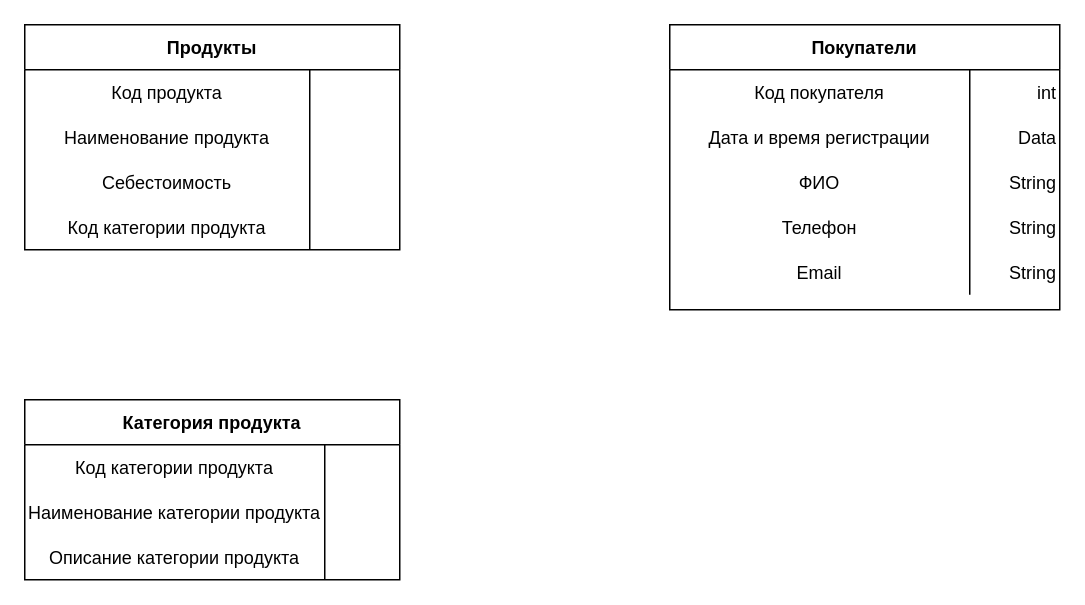
Above: Диаграмма без названия.drawio in Nikola1Barnev/1 (draw.io), before the change. Source tidied: cells renumbered, new cells numbered last; positions are measured from the earlier drawing's top-left corner, leaving out a move shared by most shapes. Both pictures are drawn from the tidied source at 150%, with x=0, y=0 at pixel (24, 24).
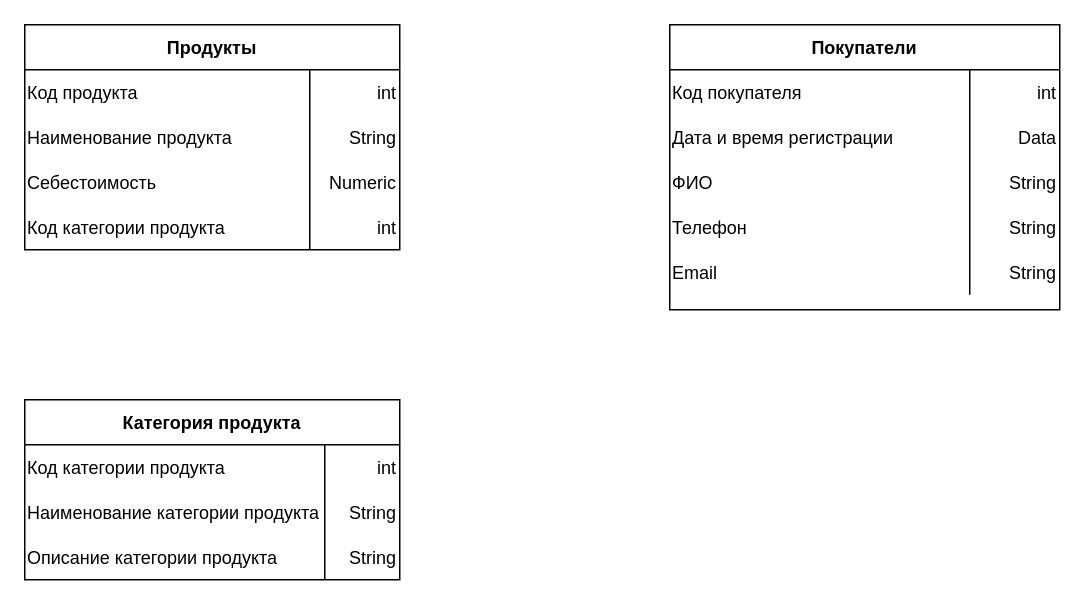
After the change.

The change refers to these unchanged cells:
```xml
<mxCell id="3" style="shape=partialRectangle;fillColor=none;top=0;left=0;right=0;bottom=0;" parent="2" vertex="1">
  <mxGeometry y="30" width="250" height="30" as="geometry" />
</mxCell>
<mxCell id="6" style="shape=partialRectangle;fillColor=none;top=0;left=0;right=0;bottom=0;" parent="2" vertex="1">
  <mxGeometry y="60" width="250" height="30" as="geometry" />
</mxCell>
<mxCell id="9" style="shape=partialRectangle;fillColor=none;top=0;left=0;right=0;bottom=0;" parent="2" vertex="1">
  <mxGeometry y="90" width="250" height="30" as="geometry" />
</mxCell>
<mxCell id="12" style="shape=partialRectangle;fillColor=none;top=0;left=0;right=0;bottom=0;" parent="2" vertex="1">
  <mxGeometry y="120" width="250" height="30" as="geometry" />
</mxCell>
<mxCell id="16" style="shape=partialRectangle;fillColor=none;top=0;left=0;right=0;bottom=0;" parent="15" vertex="1">
  <mxGeometry y="30" width="260" height="30" as="geometry" />
</mxCell>
<mxCell id="19" style="shape=partialRectangle;fillColor=none;top=0;left=0;right=0;bottom=0;" parent="15" vertex="1">
  <mxGeometry y="60" width="260" height="30" as="geometry" />
</mxCell>
<mxCell id="22" style="shape=partialRectangle;fillColor=none;top=0;left=0;right=0;bottom=0;" parent="15" vertex="1">
  <mxGeometry y="90" width="260" height="30" as="geometry" />
</mxCell>
<mxCell id="25" style="shape=partialRectangle;fillColor=none;top=0;left=0;right=0;bottom=0;" parent="15" vertex="1">
  <mxGeometry y="120" width="260" height="30" as="geometry" />
</mxCell>
<mxCell id="28" style="shape=partialRectangle;fillColor=none;top=0;left=0;right=0;bottom=0;" parent="15" vertex="1">
  <mxGeometry y="150" width="260" height="30" as="geometry" />
</mxCell>
<mxCell id="32" style="shape=partialRectangle;fillColor=none;top=0;left=0;right=0;bottom=0;" parent="31" vertex="1">
  <mxGeometry y="30" width="250" height="30" as="geometry" />
</mxCell>
<mxCell id="35" style="shape=partialRectangle;fillColor=none;top=0;left=0;right=0;bottom=0;" parent="31" vertex="1">
  <mxGeometry y="60" width="250" height="30" as="geometry" />
</mxCell>
<mxCell id="38" style="shape=partialRectangle;fillColor=none;top=0;left=0;right=0;bottom=0;" parent="31" vertex="1">
  <mxGeometry y="90" width="250" height="30" as="geometry" />
</mxCell>
```

Diff of the diagram source:
```diff
@@
-    <mxCell id="4" value="Код продукта" style="shape=partialRectangle;overflow=hidden;fillColor=none;top=0;left=0;bottom=0;right=0;" parent="3" vertex="1">
+    <mxCell id="4" value="Код продукта" style="shape=partialRectangle;overflow=hidden;fillColor=none;top=0;left=0;bottom=0;right=0;align=left;" parent="3" vertex="1">
       <mxGeometry width="190" height="30" as="geometry" />
     </mxCell>
-    <mxCell id="5" style="shape=partialRectangle;overflow=hidden;fillColor=none;top=0;left=0;bottom=0;right=0;align=left;spacingLeft=6;" parent="3" vertex="1">
+    <mxCell id="5" value="int" style="shape=partialRectangle;overflow=hidden;fillColor=none;top=0;left=0;bottom=0;right=0;align=right;spacingLeft=6;" parent="3" vertex="1">
       <mxGeometry x="190" width="60" height="30" as="geometry" />
     </mxCell>
@@
-    <mxCell id="7" value="Наименование продукта" style="shape=partialRectangle;overflow=hidden;fillColor=none;top=0;left=0;bottom=0;right=0;" parent="6" vertex="1">
+    <mxCell id="7" value="Наименование продукта" style="shape=partialRectangle;overflow=hidden;fillColor=none;top=0;left=0;bottom=0;right=0;align=left;" parent="6" vertex="1">
       <mxGeometry width="190" height="30" as="geometry" />
     </mxCell>
-    <mxCell id="8" style="shape=partialRectangle;overflow=hidden;fillColor=none;top=0;left=0;bottom=0;right=0;align=left;spacingLeft=6;" parent="6" vertex="1">
+    <mxCell id="8" value="String" style="shape=partialRectangle;overflow=hidden;fillColor=none;top=0;left=0;bottom=0;right=0;align=right;spacingLeft=6;" parent="6" vertex="1">
       <mxGeometry x="190" width="60" height="30" as="geometry" />
     </mxCell>
@@
-    <mxCell id="10" value="Себестоимость" style="shape=partialRectangle;overflow=hidden;fillColor=none;top=0;left=0;bottom=0;right=0;" parent="9" vertex="1">
+    <mxCell id="10" value="Себестоимость" style="shape=partialRectangle;overflow=hidden;fillColor=none;top=0;left=0;bottom=0;right=0;align=left;" parent="9" vertex="1">
       <mxGeometry width="190" height="30" as="geometry" />
     </mxCell>
-    <mxCell id="11" style="shape=partialRectangle;overflow=hidden;fillColor=none;top=0;left=0;bottom=0;right=0;align=left;spacingLeft=6;" parent="9" vertex="1">
+    <mxCell id="11" value="Numeric" style="shape=partialRectangle;overflow=hidden;fillColor=none;top=0;left=0;bottom=0;right=0;align=right;spacingLeft=6;" parent="9" vertex="1">
       <mxGeometry x="190" width="60" height="30" as="geometry" />
     </mxCell>
@@
-    <mxCell id="13" value="Код категории продукта" style="shape=partialRectangle;overflow=hidden;fillColor=none;top=0;left=0;bottom=0;right=0;" parent="12" vertex="1">
+    <mxCell id="13" value="Код категории продукта" style="shape=partialRectangle;overflow=hidden;fillColor=none;top=0;left=0;bottom=0;right=0;align=left;" parent="12" vertex="1">
       <mxGeometry width="190" height="30" as="geometry" />
     </mxCell>
-    <mxCell id="14" style="shape=partialRectangle;overflow=hidden;fillColor=none;top=0;left=0;bottom=0;right=0;align=left;spacingLeft=6;" parent="12" vertex="1">
+    <mxCell id="14" value="int" style="shape=partialRectangle;overflow=hidden;fillColor=none;top=0;left=0;bottom=0;right=0;align=right;spacingLeft=6;" parent="12" vertex="1">
       <mxGeometry x="190" width="60" height="30" as="geometry" />
     </mxCell>
@@
-    <mxCell id="17" value="Код покупателя" style="shape=partialRectangle;overflow=hidden;fillColor=none;top=0;left=0;bottom=0;right=0;strokeColor=default;" parent="16" vertex="1">
+    <mxCell id="17" value="Код покупателя" style="shape=partialRectangle;overflow=hidden;fillColor=none;top=0;left=0;bottom=0;right=0;strokeColor=default;align=left;" parent="16" vertex="1">
       <mxGeometry width="200" height="30" as="geometry" />
     </mxCell>
@@
-    <mxCell id="20" value="Дата и время регистрации" style="shape=partialRectangle;overflow=hidden;fillColor=none;top=0;left=0;bottom=0;right=0;strokeColor=default;" parent="19" vertex="1">
+    <mxCell id="20" value="Дата и время регистрации" style="shape=partialRectangle;overflow=hidden;fillColor=none;top=0;left=0;bottom=0;right=0;strokeColor=default;align=left;" parent="19" vertex="1">
       <mxGeometry width="200" height="30" as="geometry" />
     </mxCell>
@@
-    <mxCell id="23" value="ФИО" style="shape=partialRectangle;overflow=hidden;fillColor=none;top=0;left=0;bottom=0;right=0;strokeColor=default;" parent="22" vertex="1">
+    <mxCell id="23" value="ФИО" style="shape=partialRectangle;overflow=hidden;fillColor=none;top=0;left=0;bottom=0;right=0;strokeColor=default;align=left;" parent="22" vertex="1">
       <mxGeometry width="200" height="30" as="geometry" />
     </mxCell>
@@
-    <mxCell id="26" value="Телефон" style="shape=partialRectangle;overflow=hidden;fillColor=none;top=0;left=0;bottom=0;right=0;strokeColor=default;" parent="25" vertex="1">
+    <mxCell id="26" value="Телефон" style="shape=partialRectangle;overflow=hidden;fillColor=none;top=0;left=0;bottom=0;right=0;strokeColor=default;align=left;" parent="25" vertex="1">
       <mxGeometry width="200" height="30" as="geometry" />
     </mxCell>
@@
-    <mxCell id="29" value="Email" style="shape=partialRectangle;overflow=hidden;fillColor=none;top=0;left=0;bottom=0;right=0;strokeColor=default;" parent="28" vertex="1">
+    <mxCell id="29" value="Email" style="shape=partialRectangle;overflow=hidden;fillColor=none;top=0;left=0;bottom=0;right=0;strokeColor=default;align=left;" parent="28" vertex="1">
       <mxGeometry width="200" height="30" as="geometry" />
     </mxCell>
@@
-    <mxCell id="33" value="Код категории продукта" style="shape=partialRectangle;overflow=hidden;fillColor=none;top=0;left=0;bottom=0;right=0;" parent="32" vertex="1">
+    <mxCell id="33" value="Код категории продукта" style="shape=partialRectangle;overflow=hidden;fillColor=none;top=0;left=0;bottom=0;right=0;align=left;" parent="32" vertex="1">
       <mxGeometry width="200" height="30" as="geometry" />
     </mxCell>
-    <mxCell id="34" style="shape=partialRectangle;overflow=hidden;fillColor=none;top=0;left=0;bottom=0;right=0;align=left;spacingLeft=6;" parent="32" vertex="1">
+    <mxCell id="34" value="int" style="shape=partialRectangle;overflow=hidden;fillColor=none;top=0;left=0;bottom=0;right=0;align=right;spacingLeft=6;" parent="32" vertex="1">
       <mxGeometry x="200" width="50" height="30" as="geometry" />
     </mxCell>
@@
-    <mxCell id="36" value="Наименование категории продукта" style="shape=partialRectangle;overflow=hidden;fillColor=none;top=0;left=0;bottom=0;right=0;" parent="35" vertex="1">
+    <mxCell id="36" value="Наименование категории продукта" style="shape=partialRectangle;overflow=hidden;fillColor=none;top=0;left=0;bottom=0;right=0;align=left;" parent="35" vertex="1">
       <mxGeometry width="200" height="30" as="geometry" />
     </mxCell>
-    <mxCell id="37" style="shape=partialRectangle;overflow=hidden;fillColor=none;top=0;left=0;bottom=0;right=0;align=left;spacingLeft=6;" parent="35" vertex="1">
+    <mxCell id="37" value="String" style="shape=partialRectangle;overflow=hidden;fillColor=none;top=0;left=0;bottom=0;right=0;align=right;spacingLeft=6;" parent="35" vertex="1">
       <mxGeometry x="200" width="50" height="30" as="geometry" />
     </mxCell>
@@
-    <mxCell id="39" value="Описание категории продукта" style="shape=partialRectangle;overflow=hidden;fillColor=none;top=0;left=0;bottom=0;right=0;" parent="38" vertex="1">
+    <mxCell id="39" value="Описание категории продукта" style="shape=partialRectangle;overflow=hidden;fillColor=none;top=0;left=0;bottom=0;right=0;align=left;" parent="38" vertex="1">
       <mxGeometry width="200" height="30" as="geometry" />
     </mxCell>
-    <mxCell id="40" style="shape=partialRectangle;overflow=hidden;fillColor=none;top=0;left=0;bottom=0;right=0;align=left;spacingLeft=6;" parent="38" vertex="1">
+    <mxCell id="40" value="String" style="shape=partialRectangle;overflow=hidden;fillColor=none;top=0;left=0;bottom=0;right=0;align=right;spacingLeft=6;" parent="38" vertex="1">
       <mxGeometry x="200" width="50" height="30" as="geometry" />
     </mxCell>
```
